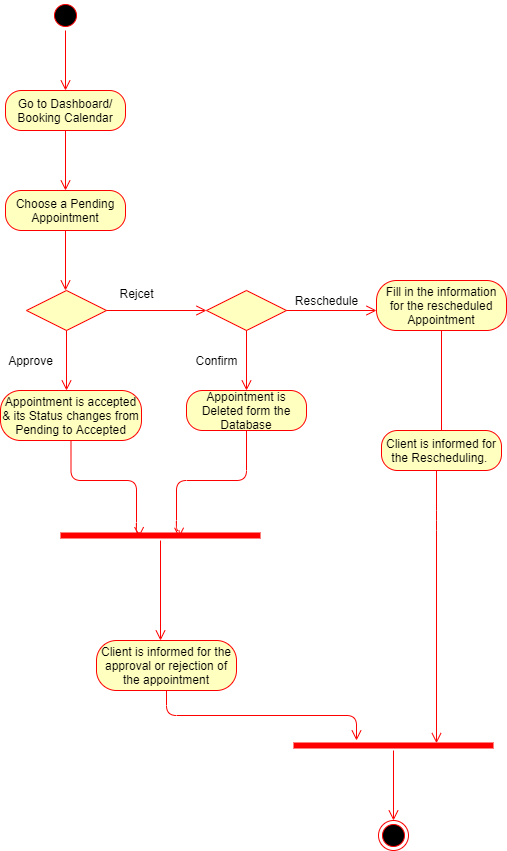
The draw.io diagram Diagrams/Activity Diagrams FINAL/AC_05-06-07_Accept Reschedule Reject Appointment.png in kkasharaj17/SE-project, before a commit. Source tidied: cells renumbered, new cells last; positions are measured from the earlier drawing's top-left corner, leaving out a move shared by most shapes. Source of this version:
```xml
<mxGraphModel>
  <root>
    <mxCell id="0" />
    <mxCell id="1" parent="0" />
    <mxCell id="2" style="ellipse;html=1;shape=startState;fillColor=#000000;strokeColor=#ff0000;" parent="1" vertex="1">
      <mxGeometry x="50" width="30" height="30" as="geometry" />
    </mxCell>
    <mxCell id="3" style="edgeStyle=orthogonalEdgeStyle;html=1;verticalAlign=bottom;endArrow=open;endSize=8;strokeColor=#ff0000;" parent="1" edge="1" source="2">
      <mxGeometry relative="1" as="geometry">
        <mxPoint x="65" y="90" as="targetPoint" />
      </mxGeometry>
    </mxCell>
    <mxCell id="4" value="Go to Dashboard/ Booking Calendar" style="rounded=1;whiteSpace=wrap;html=1;arcSize=40;fontColor=#000000;fillColor=#ffffc0;strokeColor=#ff0000;" parent="1" vertex="1">
      <mxGeometry x="5" y="90" width="120" height="40" as="geometry" />
    </mxCell>
    <mxCell id="5" style="edgeStyle=orthogonalEdgeStyle;html=1;verticalAlign=bottom;endArrow=open;endSize=8;strokeColor=#ff0000;" parent="1" edge="1" source="4">
      <mxGeometry relative="1" as="geometry">
        <mxPoint x="65" y="190" as="targetPoint" />
      </mxGeometry>
    </mxCell>
    <mxCell id="6" value="Choose a Pending Appointment" style="rounded=1;whiteSpace=wrap;html=1;arcSize=40;fontColor=#000000;fillColor=#ffffc0;strokeColor=#ff0000;" parent="1" vertex="1">
      <mxGeometry x="5" y="190" width="120" height="40" as="geometry" />
    </mxCell>
    <mxCell id="7" style="edgeStyle=orthogonalEdgeStyle;html=1;verticalAlign=bottom;endArrow=open;endSize=8;strokeColor=#ff0000;" parent="1" edge="1" source="6">
      <mxGeometry relative="1" as="geometry">
        <mxPoint x="65" y="290" as="targetPoint" />
      </mxGeometry>
    </mxCell>
    <mxCell id="8" style="rhombus;whiteSpace=wrap;html=1;fillColor=#ffffc0;strokeColor=#ff0000;" parent="1" vertex="1">
      <mxGeometry x="26" y="290" width="80" height="40" as="geometry" />
    </mxCell>
    <mxCell id="9" style="edgeStyle=orthogonalEdgeStyle;html=1;align=left;verticalAlign=bottom;endArrow=open;endSize=8;strokeColor=#ff0000;" parent="1" edge="1" source="8">
      <mxGeometry x="-1" relative="1" as="geometry">
        <mxPoint x="206" y="310" as="targetPoint" />
      </mxGeometry>
    </mxCell>
    <mxCell id="10" style="edgeStyle=orthogonalEdgeStyle;html=1;align=left;verticalAlign=top;endArrow=open;endSize=8;strokeColor=#ff0000;" parent="1" edge="1" source="8">
      <mxGeometry x="-1" relative="1" as="geometry">
        <mxPoint x="66" y="390" as="targetPoint" />
      </mxGeometry>
    </mxCell>
    <mxCell id="11" value="Approve" style="text;html=1;align=center;verticalAlign=middle;" parent="1" vertex="1">
      <mxGeometry y="350" width="60" height="20" as="geometry" />
    </mxCell>
    <mxCell id="12" value="Rejcet" style="text;html=1;align=center;verticalAlign=middle;" parent="1" vertex="1">
      <mxGeometry x="111" y="283" width="50" height="20" as="geometry" />
    </mxCell>
    <mxCell id="13" value="Appointment is accepted &amp;amp; its Status changes from Pending to Accepted" style="rounded=1;whiteSpace=wrap;html=1;arcSize=40;fontColor=#000000;fillColor=#ffffc0;strokeColor=#ff0000;" parent="1" vertex="1">
      <mxGeometry y="390" width="141" height="50" as="geometry" />
    </mxCell>
    <mxCell id="14" style="edgeStyle=orthogonalEdgeStyle;html=1;verticalAlign=bottom;endArrow=open;endSize=8;strokeColor=#ff0000;exitX=0.5;exitY=1;exitDx=0;exitDy=0;entryX=0.393;entryY=0.667;entryDx=0;entryDy=0;entryPerimeter=0;" parent="1" edge="1" source="13" target="24">
      <mxGeometry relative="1" as="geometry">
        <Array as="points">
          <mxPoint x="71" y="480" />
          <mxPoint x="136" y="480" />
          <mxPoint x="136" y="532" />
          <mxPoint x="139" y="532" />
        </Array>
      </mxGeometry>
    </mxCell>
    <mxCell id="15" value="Client is informed for the approval or rejection of the appointment" style="rounded=1;whiteSpace=wrap;html=1;arcSize=40;fontColor=#000000;fillColor=#ffffc0;strokeColor=#ff0000;" parent="1" vertex="1">
      <mxGeometry x="96" y="640" width="140" height="50" as="geometry" />
    </mxCell>
    <mxCell id="16" style="edgeStyle=orthogonalEdgeStyle;html=1;verticalAlign=bottom;endArrow=open;endSize=8;strokeColor=#ff0000;exitX=0.5;exitY=1;exitDx=0;exitDy=0;entryX=0.315;entryY=0;entryDx=0;entryDy=0;entryPerimeter=0;" parent="1" edge="1" source="15" target="30">
      <mxGeometry relative="1" as="geometry" />
    </mxCell>
    <mxCell id="17" style="rhombus;whiteSpace=wrap;html=1;fillColor=#ffffc0;strokeColor=#ff0000;" parent="1" vertex="1">
      <mxGeometry x="206" y="290" width="80" height="40" as="geometry" />
    </mxCell>
    <mxCell id="18" style="edgeStyle=orthogonalEdgeStyle;html=1;align=left;verticalAlign=top;endArrow=open;endSize=8;strokeColor=#ff0000;" parent="1" edge="1" source="17">
      <mxGeometry x="0.33" y="260" relative="1" as="geometry">
        <mxPoint x="246" y="390" as="targetPoint" />
      </mxGeometry>
    </mxCell>
    <mxCell id="19" style="edgeStyle=orthogonalEdgeStyle;html=1;align=left;verticalAlign=top;endArrow=open;endSize=8;strokeColor=#ff0000;exitX=1;exitY=0.5;exitDx=0;exitDy=0;" parent="1" edge="1" source="17">
      <mxGeometry x="0.33" y="260" relative="1" as="geometry">
        <mxPoint x="376" y="310" as="targetPoint" />
      </mxGeometry>
    </mxCell>
    <mxCell id="20" value="Confirm" style="text;html=1;align=center;verticalAlign=middle;" parent="1" vertex="1">
      <mxGeometry x="186" y="350" width="60" height="20" as="geometry" />
    </mxCell>
    <mxCell id="21" value="Reschedule" style="text;html=1;align=center;verticalAlign=middle;" parent="1" vertex="1">
      <mxGeometry x="286" y="290" width="80" height="20" as="geometry" />
    </mxCell>
    <mxCell id="22" value="Appointment is Deleted form the Database" style="rounded=1;whiteSpace=wrap;html=1;arcSize=40;fontColor=#000000;fillColor=#ffffc0;strokeColor=#ff0000;" parent="1" vertex="1">
      <mxGeometry x="186" y="390" width="120" height="40" as="geometry" />
    </mxCell>
    <mxCell id="23" style="edgeStyle=orthogonalEdgeStyle;html=1;verticalAlign=bottom;endArrow=open;endSize=8;strokeColor=#ff0000;exitX=0.5;exitY=1;exitDx=0;exitDy=0;entryX=0.593;entryY=0.733;entryDx=0;entryDy=0;entryPerimeter=0;" parent="1" edge="1" source="22" target="24">
      <mxGeometry relative="1" as="geometry">
        <Array as="points">
          <mxPoint x="246" y="480" />
          <mxPoint x="176" y="480" />
          <mxPoint x="176" y="530" />
          <mxPoint x="179" y="530" />
        </Array>
      </mxGeometry>
    </mxCell>
    <mxCell id="24" style="shape=line;html=1;strokeWidth=6;strokeColor=#ff0000;" parent="1" vertex="1">
      <mxGeometry x="60" y="530" width="200" height="10" as="geometry" />
    </mxCell>
    <mxCell id="25" style="edgeStyle=orthogonalEdgeStyle;html=1;verticalAlign=bottom;endArrow=open;endSize=8;strokeColor=#ff0000;" parent="1" edge="1" source="24">
      <mxGeometry relative="1" as="geometry">
        <mxPoint x="160" y="640" as="targetPoint" />
        <Array as="points">
          <mxPoint x="160" y="640" />
        </Array>
      </mxGeometry>
    </mxCell>
    <mxCell id="26" value="Fill in the information for the rescheduled Appointment" style="rounded=1;whiteSpace=wrap;html=1;arcSize=40;fontColor=#000000;fillColor=#ffffc0;strokeColor=#ff0000;" parent="1" vertex="1">
      <mxGeometry x="376" y="280" width="130" height="50" as="geometry" />
    </mxCell>
    <mxCell id="27" style="edgeStyle=orthogonalEdgeStyle;html=1;verticalAlign=bottom;endArrow=open;endSize=8;strokeColor=#ff0000;" parent="1" edge="1" source="26">
      <mxGeometry relative="1" as="geometry">
        <mxPoint x="441" y="450" as="targetPoint" />
      </mxGeometry>
    </mxCell>
    <mxCell id="28" value="Client is informed for the Rescheduling.&amp;nbsp;" style="rounded=1;whiteSpace=wrap;html=1;arcSize=40;fontColor=#000000;fillColor=#ffffc0;strokeColor=#ff0000;" parent="1" vertex="1">
      <mxGeometry x="381" y="430" width="120" height="40" as="geometry" />
    </mxCell>
    <mxCell id="29" style="edgeStyle=orthogonalEdgeStyle;html=1;verticalAlign=bottom;endArrow=open;endSize=8;strokeColor=#ff0000;entryX=0.715;entryY=0.267;entryDx=0;entryDy=0;entryPerimeter=0;" parent="1" edge="1" source="28" target="30">
      <mxGeometry relative="1" as="geometry">
        <Array as="points">
          <mxPoint x="436" y="520" />
          <mxPoint x="436" y="520" />
        </Array>
      </mxGeometry>
    </mxCell>
    <mxCell id="30" style="shape=line;html=1;strokeWidth=6;strokeColor=#ff0000;" parent="1" vertex="1">
      <mxGeometry x="293" y="740" width="200" height="10" as="geometry" />
    </mxCell>
    <mxCell id="31" style="edgeStyle=orthogonalEdgeStyle;html=1;verticalAlign=bottom;endArrow=open;endSize=8;strokeColor=#ff0000;" parent="1" edge="1" source="30">
      <mxGeometry relative="1" as="geometry">
        <mxPoint x="393" y="820" as="targetPoint" />
      </mxGeometry>
    </mxCell>
    <mxCell id="32" style="ellipse;html=1;shape=endState;fillColor=#000000;strokeColor=#ff0000;" parent="1" vertex="1">
      <mxGeometry x="378" y="820" width="30" height="30" as="geometry" />
    </mxCell>
  </root>
</mxGraphModel>
```
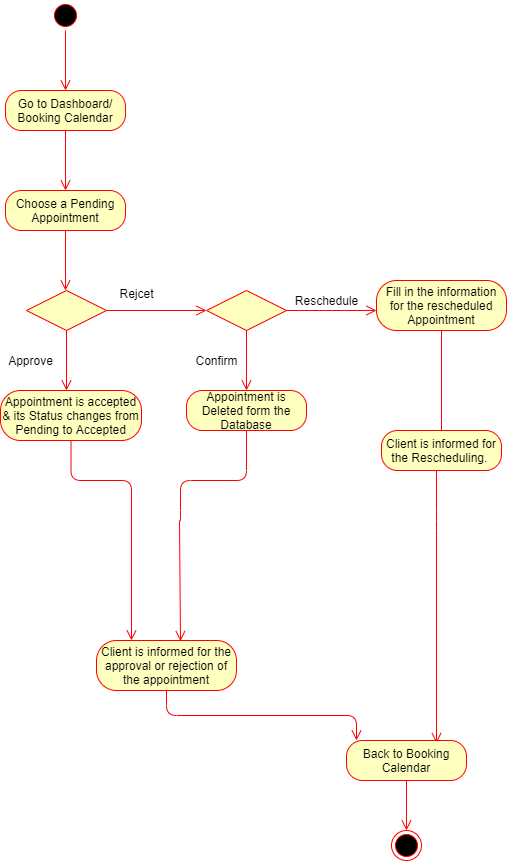
After the change.

Change to the diagram source:
```diff
@@ -48,21 +48,21 @@
     <mxCell id="13" value="Appointment is accepted &amp;amp; its Status changes from Pending to Accepted" style="rounded=1;whiteSpace=wrap;html=1;arcSize=40;fontColor=#000000;fillColor=#ffffc0;strokeColor=#ff0000;" parent="1" vertex="1">
       <mxGeometry y="390" width="141" height="50" as="geometry" />
     </mxCell>
-    <mxCell id="14" style="edgeStyle=orthogonalEdgeStyle;html=1;verticalAlign=bottom;endArrow=open;endSize=8;strokeColor=#ff0000;exitX=0.5;exitY=1;exitDx=0;exitDy=0;entryX=0.393;entryY=0.667;entryDx=0;entryDy=0;entryPerimeter=0;" parent="1" edge="1" source="13" target="24">
+    <mxCell id="14" style="edgeStyle=orthogonalEdgeStyle;html=1;verticalAlign=bottom;endArrow=open;endSize=8;strokeColor=#ff0000;exitX=0.5;exitY=1;exitDx=0;exitDy=0;entryX=0.25;entryY=0;entryDx=0;entryDy=0;" parent="1" edge="1" source="13" target="15">
       <mxGeometry relative="1" as="geometry">
         <Array as="points">
           <mxPoint x="71" y="480" />
-          <mxPoint x="136" y="480" />
-          <mxPoint x="136" y="532" />
-          <mxPoint x="139" y="532" />
+          <mxPoint x="131" y="480" />
         </Array>
       </mxGeometry>
     </mxCell>
     <mxCell id="15" value="Client is informed for the approval or rejection of the appointment" style="rounded=1;whiteSpace=wrap;html=1;arcSize=40;fontColor=#000000;fillColor=#ffffc0;strokeColor=#ff0000;" parent="1" vertex="1">
       <mxGeometry x="96" y="640" width="140" height="50" as="geometry" />
     </mxCell>
-    <mxCell id="16" style="edgeStyle=orthogonalEdgeStyle;html=1;verticalAlign=bottom;endArrow=open;endSize=8;strokeColor=#ff0000;exitX=0.5;exitY=1;exitDx=0;exitDy=0;entryX=0.315;entryY=0;entryDx=0;entryDy=0;entryPerimeter=0;" parent="1" edge="1" source="15" target="30">
-      <mxGeometry relative="1" as="geometry" />
+    <mxCell id="16" style="edgeStyle=orthogonalEdgeStyle;html=1;verticalAlign=bottom;endArrow=open;endSize=8;strokeColor=#ff0000;exitX=0.5;exitY=1;exitDx=0;exitDy=0;entryX=0.315;entryY=0;entryDx=0;entryDy=0;entryPerimeter=0;" parent="1" edge="1" source="15">
+      <mxGeometry relative="1" as="geometry">
+        <mxPoint x="356" y="740" as="targetPoint" />
+      </mxGeometry>
     </mxCell>
     <mxCell id="17" style="rhombus;whiteSpace=wrap;html=1;fillColor=#ffffc0;strokeColor=#ff0000;" parent="1" vertex="1">
       <mxGeometry x="206" y="290" width="80" height="40" as="geometry" />
@@ -86,27 +86,16 @@
     <mxCell id="22" value="Appointment is Deleted form the Database" style="rounded=1;whiteSpace=wrap;html=1;arcSize=40;fontColor=#000000;fillColor=#ffffc0;strokeColor=#ff0000;" parent="1" vertex="1">
       <mxGeometry x="186" y="390" width="120" height="40" as="geometry" />
     </mxCell>
-    <mxCell id="23" style="edgeStyle=orthogonalEdgeStyle;html=1;verticalAlign=bottom;endArrow=open;endSize=8;strokeColor=#ff0000;exitX=0.5;exitY=1;exitDx=0;exitDy=0;entryX=0.593;entryY=0.733;entryDx=0;entryDy=0;entryPerimeter=0;" parent="1" edge="1" source="22" target="24">
+    <mxCell id="23" style="edgeStyle=orthogonalEdgeStyle;html=1;verticalAlign=bottom;endArrow=open;endSize=8;strokeColor=#ff0000;exitX=0.5;exitY=1;exitDx=0;exitDy=0;entryX=0.6;entryY=0.013;entryDx=0;entryDy=0;entryPerimeter=0;" parent="1" edge="1" source="22" target="15">
       <mxGeometry relative="1" as="geometry">
         <Array as="points">
           <mxPoint x="246" y="480" />
-          <mxPoint x="176" y="480" />
-          <mxPoint x="176" y="530" />
-          <mxPoint x="179" y="530" />
+          <mxPoint x="180" y="480" />
+          <mxPoint x="180" y="520" />
+          <mxPoint x="179" y="520" />
         </Array>
       </mxGeometry>
     </mxCell>
-    <mxCell id="24" style="shape=line;html=1;strokeWidth=6;strokeColor=#ff0000;" parent="1" vertex="1">
-      <mxGeometry x="60" y="530" width="200" height="10" as="geometry" />
-    </mxCell>
-    <mxCell id="25" style="edgeStyle=orthogonalEdgeStyle;html=1;verticalAlign=bottom;endArrow=open;endSize=8;strokeColor=#ff0000;" parent="1" edge="1" source="24">
-      <mxGeometry relative="1" as="geometry">
-        <mxPoint x="160" y="640" as="targetPoint" />
-        <Array as="points">
-          <mxPoint x="160" y="640" />
-        </Array>
-      </mxGeometry>
-    </mxCell>
     <mxCell id="26" value="Fill in the information for the rescheduled Appointment" style="rounded=1;whiteSpace=wrap;html=1;arcSize=40;fontColor=#000000;fillColor=#ffffc0;strokeColor=#ff0000;" parent="1" vertex="1">
       <mxGeometry x="376" y="280" width="130" height="50" as="geometry" />
     </mxCell>
@@ -118,24 +107,25 @@
     <mxCell id="28" value="Client is informed for the Rescheduling.&amp;nbsp;" style="rounded=1;whiteSpace=wrap;html=1;arcSize=40;fontColor=#000000;fillColor=#ffffc0;strokeColor=#ff0000;" parent="1" vertex="1">
       <mxGeometry x="381" y="430" width="120" height="40" as="geometry" />
     </mxCell>
-    <mxCell id="29" style="edgeStyle=orthogonalEdgeStyle;html=1;verticalAlign=bottom;endArrow=open;endSize=8;strokeColor=#ff0000;entryX=0.715;entryY=0.267;entryDx=0;entryDy=0;entryPerimeter=0;" parent="1" edge="1" source="28" target="30">
+    <mxCell id="29" style="edgeStyle=orthogonalEdgeStyle;html=1;verticalAlign=bottom;endArrow=open;endSize=8;strokeColor=#ff0000;entryX=0.715;entryY=0.267;entryDx=0;entryDy=0;entryPerimeter=0;" parent="1" edge="1" source="28">
       <mxGeometry relative="1" as="geometry">
+        <mxPoint x="436" y="742.7" as="targetPoint" />
         <Array as="points">
           <mxPoint x="436" y="520" />
           <mxPoint x="436" y="520" />
         </Array>
       </mxGeometry>
     </mxCell>
-    <mxCell id="30" style="shape=line;html=1;strokeWidth=6;strokeColor=#ff0000;" parent="1" vertex="1">
-      <mxGeometry x="293" y="740" width="200" height="10" as="geometry" />
-    </mxCell>
-    <mxCell id="31" style="edgeStyle=orthogonalEdgeStyle;html=1;verticalAlign=bottom;endArrow=open;endSize=8;strokeColor=#ff0000;" parent="1" edge="1" source="30">
-      <mxGeometry relative="1" as="geometry">
-        <mxPoint x="393" y="820" as="targetPoint" />
-      </mxGeometry>
-    </mxCell>
     <mxCell id="32" style="ellipse;html=1;shape=endState;fillColor=#000000;strokeColor=#ff0000;" parent="1" vertex="1">
-      <mxGeometry x="378" y="820" width="30" height="30" as="geometry" />
+      <mxGeometry x="391" y="830" width="30" height="30" as="geometry" />
     </mxCell>
+    <mxCell id="33" value="Back to Booking Calendar" style="rounded=1;whiteSpace=wrap;html=1;arcSize=40;fontColor=#000000;fillColor=#ffffc0;strokeColor=#ff0000;" parent="1" vertex="1">
+      <mxGeometry x="346" y="740" width="120" height="40" as="geometry" />
+    </mxCell>
+    <mxCell id="34" style="edgeStyle=orthogonalEdgeStyle;html=1;verticalAlign=bottom;endArrow=open;endSize=8;strokeColor=#ff0000;" parent="1" edge="1" source="33">
+      <mxGeometry relative="1" as="geometry">
+        <mxPoint x="406" y="830" as="targetPoint" />
+      </mxGeometry>
+    </mxCell>
   </root>
 </mxGraphModel>
```
